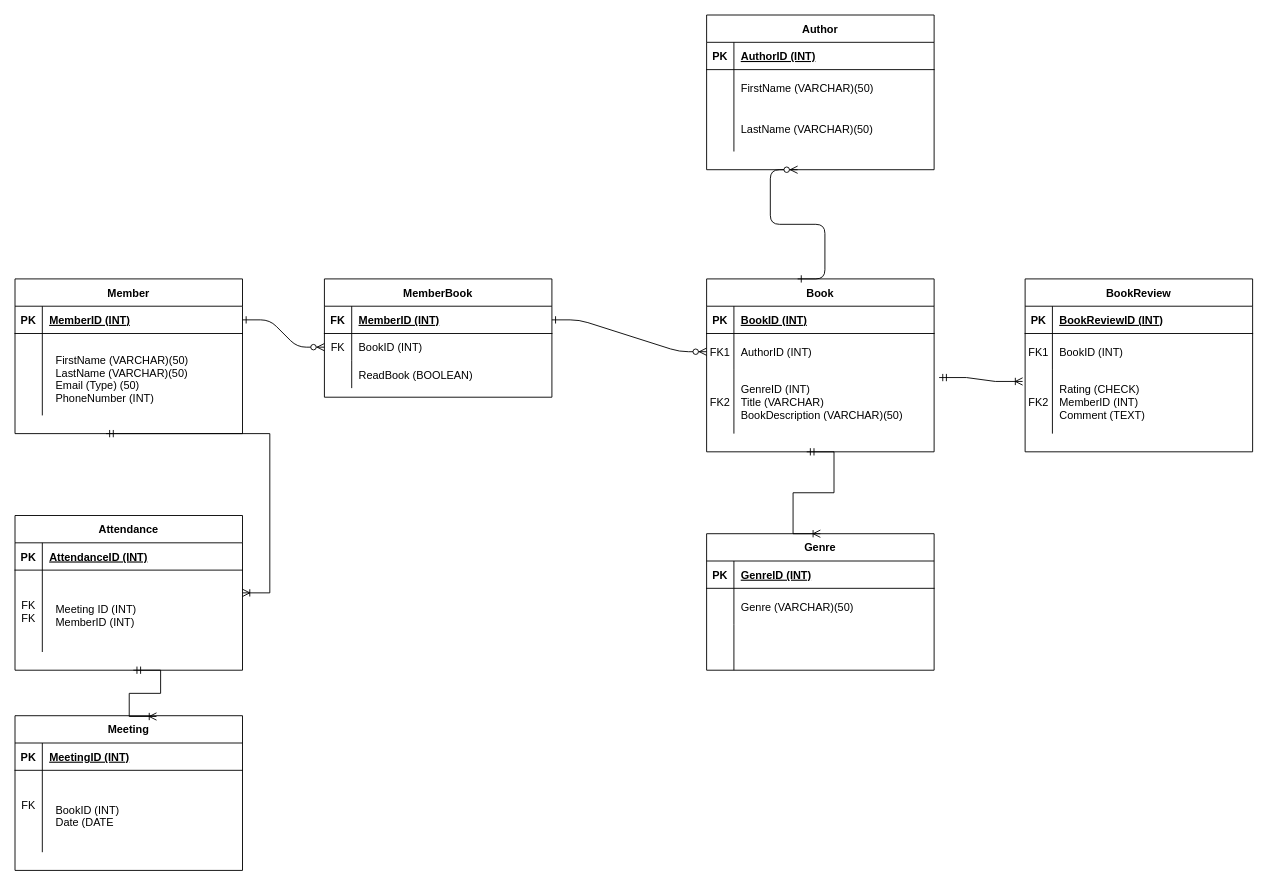
Before: ERD_BookClub.drawio in SamanthaVS-BBD/Database-levelup-bookClub, a draw.io diagram. Source tidied: cells renumbered, new cells numbered last; positions are measured from the earlier drawing's top-left corner, leaving out a move shared by most shapes. Both pictures are drawn from the tidied source at 91%, with x=0, y=0 at pixel (15, 15).
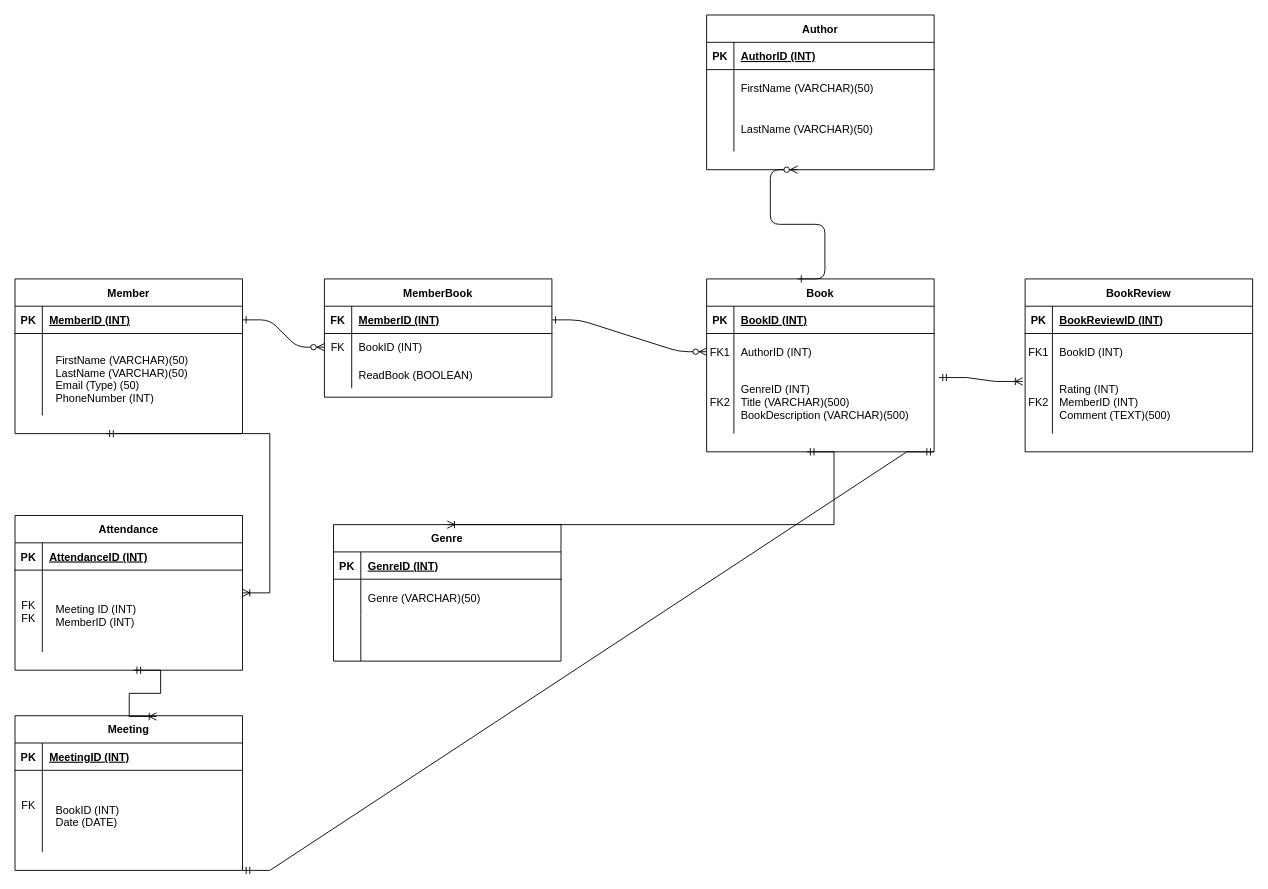
After the change.

Unchanged cells that the change refers to:
```xml
<mxCell id="14" value="Book" style="shape=table;startSize=30;childLayout=tableLayout;rowLines=0;fontStyle=1;align=center;" parent="1" vertex="1">
  <mxGeometry x="760" y="290" width="250" height="190" as="geometry" />
</mxCell>
<mxCell id="21" style="shape=partialRectangle;fillColor=none;points=[[0,0.5],[1,0.5]];portConstraint=eastwest;top=0;left=0;right=0;bottom=0;" parent="14" vertex="1">
  <mxGeometry y="100" width="250" height="70" as="geometry" />
</mxCell>
<mxCell id="60" style="shape=partialRectangle;fillColor=none;points=[[0,0.5],[1,0.5]];portConstraint=eastwest;top=0;left=0;right=0;bottom=0;" parent="53" vertex="1">
  <mxGeometry y="100" width="250" height="70" as="geometry" />
</mxCell>
<mxCell id="76" style="shape=partialRectangle;fillColor=none;top=0;left=0;right=0;bottom=0;" parent="72" vertex="1">
  <mxGeometry y="60" width="250" height="90" as="geometry" />
</mxCell>
```

The edit, as a diff of the source:
```diff
@@
-    <mxCell id="23" value="GenreID (INT)&#10;Title (VARCHAR)&#10;BookDescription (VARCHAR)(50)" style="shape=partialRectangle;overflow=hidden;fillColor=none;top=0;left=0;bottom=0;right=0;align=left;spacingLeft=6;" parent="21" vertex="1">
+    <mxCell id="23" value="GenreID (INT)&#10;Title (VARCHAR)(500)&#10;BookDescription (VARCHAR)(500)" style="shape=partialRectangle;overflow=hidden;fillColor=none;top=0;left=0;bottom=0;right=0;align=left;spacingLeft=6;" parent="21" vertex="1">
       <mxGeometry x="30" width="220" height="70" as="geometry" />
     </mxCell>
@@
     <mxCell id="41" value="Genre" style="shape=table;startSize=30;childLayout=tableLayout;rowLines=0;fontStyle=1;align=center;" parent="1" vertex="1">
-      <mxGeometry x="760" y="570" width="250" height="150" as="geometry" />
+      <mxGeometry x="350" y="560" width="250" height="150" as="geometry" />
     </mxCell>
@@
-    <mxCell id="62" value="Rating (CHECK)&#10;MemberID (INT)&#10;Comment (TEXT)" style="shape=partialRectangle;overflow=hidden;fillColor=none;top=0;left=0;bottom=0;right=0;align=left;spacingLeft=6;" parent="60" vertex="1">
+    <mxCell id="62" value="Rating (INT)&#10;MemberID (INT)&#10;Comment (TEXT)(500)" style="shape=partialRectangle;overflow=hidden;fillColor=none;top=0;left=0;bottom=0;right=0;align=left;spacingLeft=6;" parent="60" vertex="1">
       <mxGeometry x="30" width="220" height="70" as="geometry" />
     </mxCell>
@@
-    <mxCell id="78" value="BookID (INT)&#10;Date (DATE" style="shape=partialRectangle;overflow=hidden;fillColor=none;top=0;left=0;bottom=0;right=0;align=left;spacingLeft=6;spacing=9;spacingTop=10;" parent="76" vertex="1">
+    <mxCell id="78" value="BookID (INT)&#10;Date (DATE)" style="shape=partialRectangle;overflow=hidden;fillColor=none;top=0;left=0;bottom=0;right=0;align=left;spacingLeft=6;spacing=9;spacingTop=10;" parent="76" vertex="1">
       <mxGeometry x="30" width="220" height="90" as="geometry" />
     </mxCell>
@@
+    <mxCell id="80" style="edgeStyle=entityRelationEdgeStyle;fontSize=12;html=1;endArrow=ERmandOne;startArrow=ERmandOne;rounded=0;entryX=1;entryY=1;entryDx=0;entryDy=0;" parent="1" edge="1" target="14">
+      <mxGeometry relative="1" as="geometry">
+        <mxPoint x="250" y="940" as="sourcePoint" />
+        <Array as="points">
+          <mxPoint x="670" y="750" />
+          <mxPoint x="710" y="770" />
+          <mxPoint x="700" y="750" />
+          <mxPoint x="760" y="800" />
+        </Array>
+      </mxGeometry>
+    </mxCell>
```
